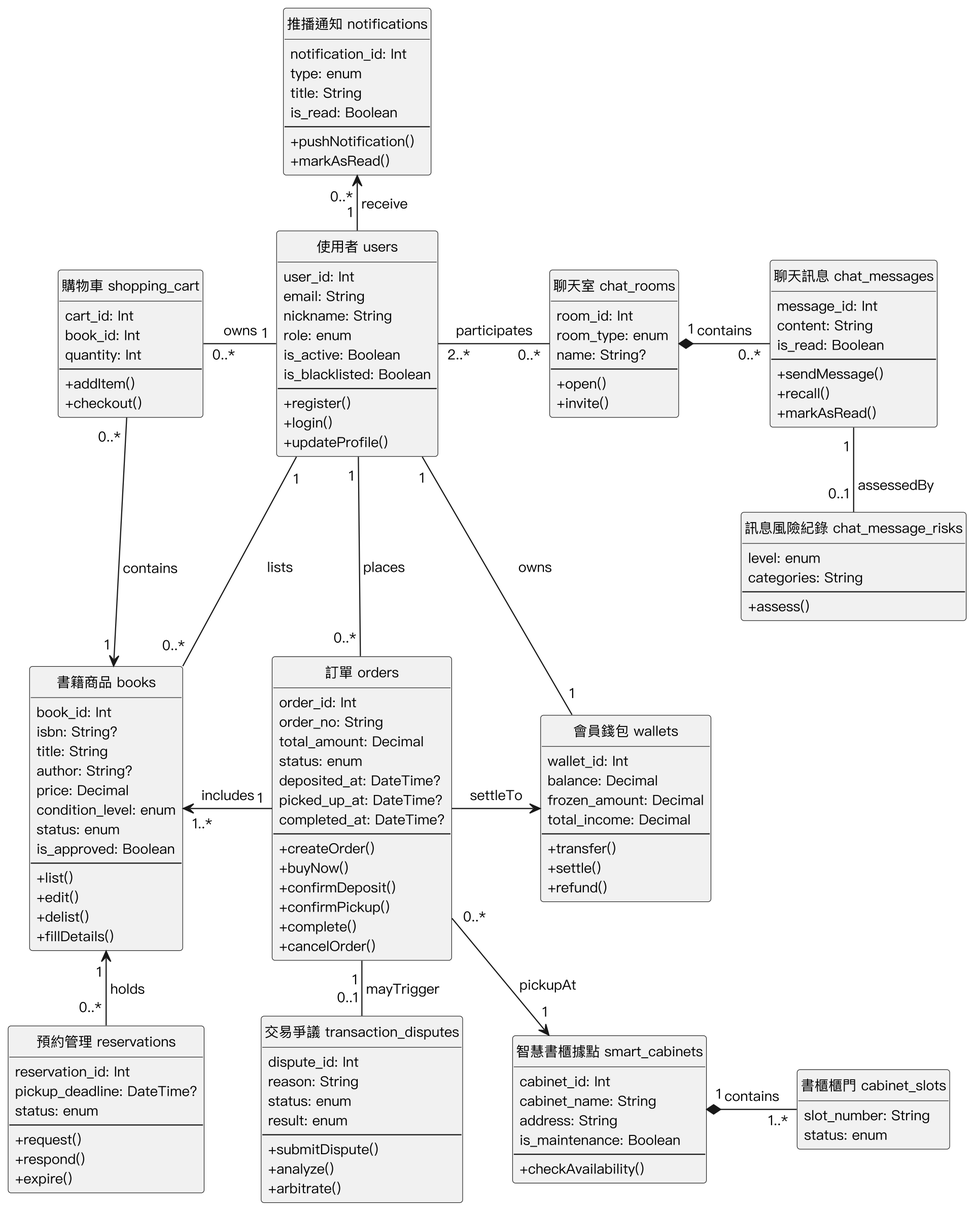
Earlier version of the PlantUML export Diagrams/Class diagram/v3/design_class.png (SaveMyBook/SaveMyBook).
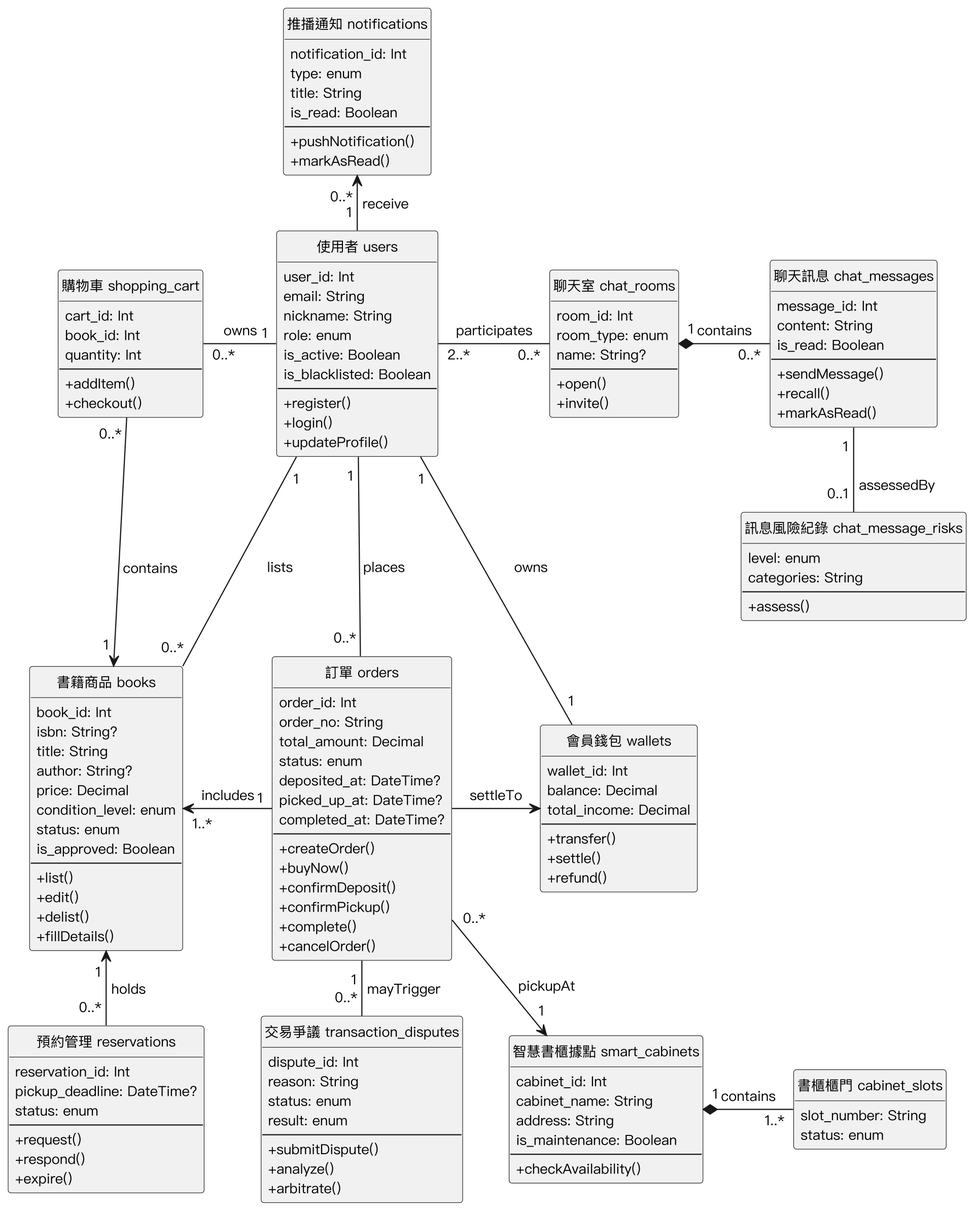
Above is the later version.

The edit, as a diff of the source:
```diff
@@ -26,7 +26,6 @@
 class "會員錢包 wallets" as wallets {
   wallet_id: Int
   balance: Decimal
-  frozen_amount: Decimal
   total_income: Decimal
   --
   + transfer()
@@ -148,7 +147,7 @@
 orders -right-> wallets : settleTo
 users "1" --- "1" wallets : owns
 reservations "0..*" -up-> "1" books : holds
-orders "1" -- "0..1" disputes : mayTrigger
+orders "1" -- "0..*" disputes : mayTrigger
 orders "0..*" --> "1" cabinets : pickupAt
 wallets -[hidden]- cabinets
 cabinets "1" *-right- "1..*" slots : contains
```
